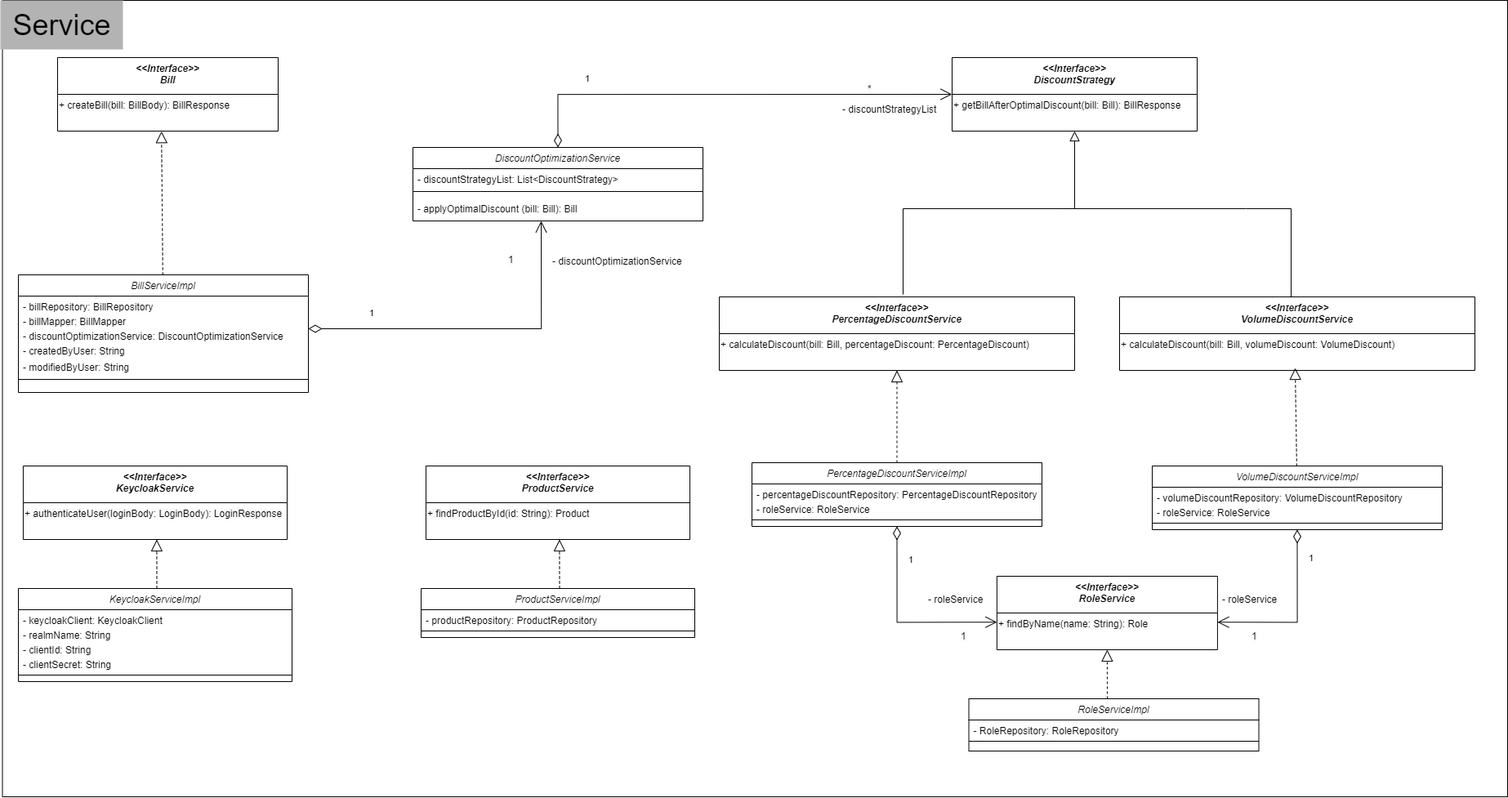
abdulazezms/mock-retail-discount-simulator keeps this draw.io diagram as uml/service/service-layer.png. Above is the earlier version. Source tidied: cells renumbered, new cells last; positions are measured from the earlier drawing's top-left corner, leaving out a move shared by most shapes.
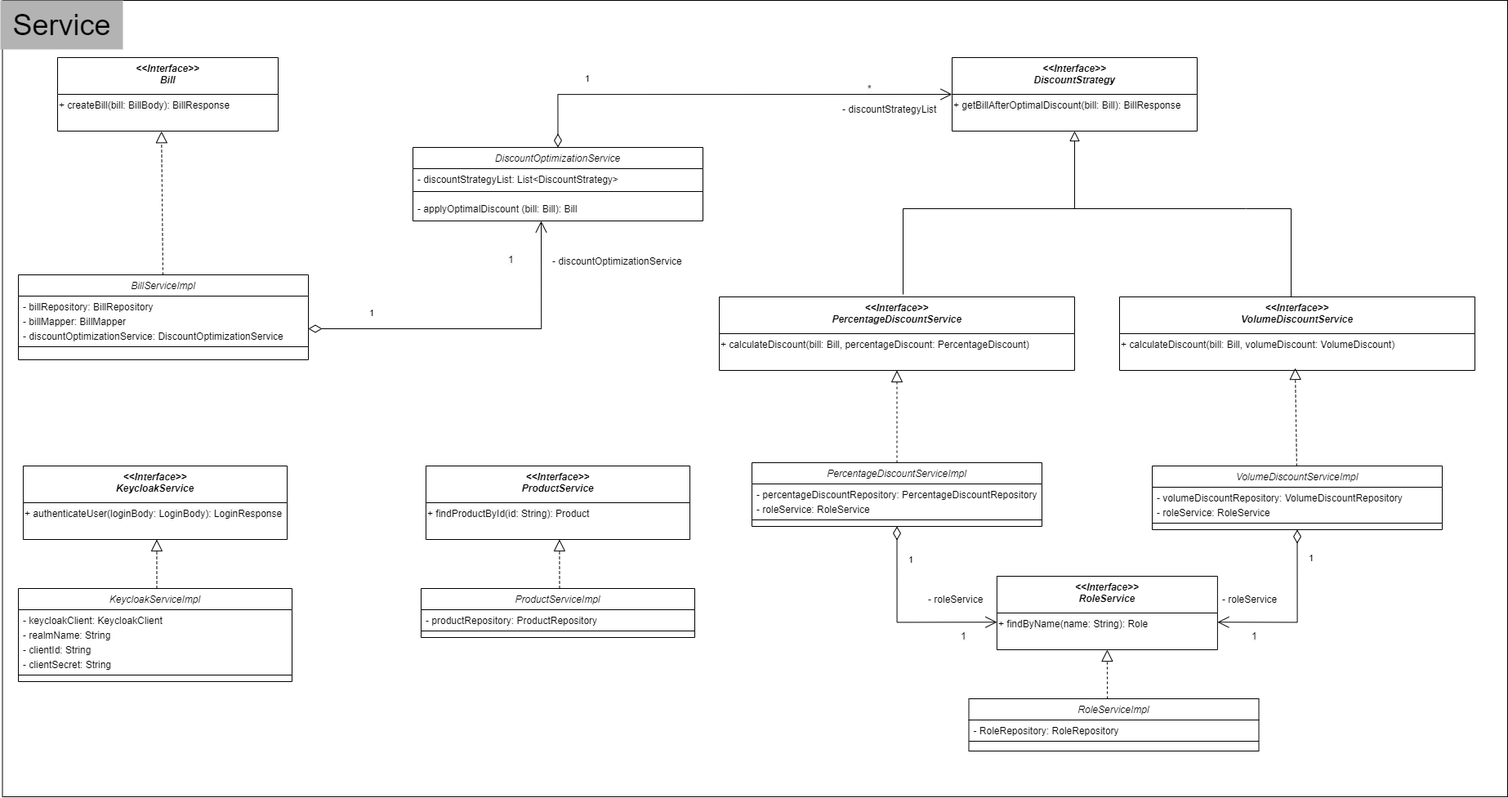
After the change.

Change to the diagram source:
```diff
@@ -18,7 +18,7 @@
       <mxGeometry y="45" width="270" height="45" as="geometry" />
     </mxCell>
     <mxCell id="7" value="BillServiceImpl" style="swimlane;fontStyle=2;align=center;verticalAlign=top;horizontal=1;startSize=26;rounded=0;shadow=0;strokeWidth=1;" parent="1" vertex="1">
-      <mxGeometry x="22" y="336" width="355" height="144" as="geometry" />
+      <mxGeometry x="22" y="336" width="355" height="104" as="geometry" />
     </mxCell>
     <mxCell id="8" value="- billRepository: BillRepository" style="text;align=left;verticalAlign=top;spacingLeft=4;spacingRight=4;overflow=hidden;" parent="7" vertex="1">
       <mxGeometry y="26" width="355" height="18" as="geometry" />
@@ -29,14 +29,8 @@
     <mxCell id="10" value="- discountOptimizationService: DiscountOptimizationService" style="text;align=left;verticalAlign=top;spacingLeft=4;spacingRight=4;overflow=hidden;rounded=0;shadow=0;html=0;" parent="7" vertex="1">
       <mxGeometry y="62" width="355" height="18" as="geometry" />
     </mxCell>
-    <mxCell id="11" value="- createdByUser: String" style="text;align=left;verticalAlign=top;spacingLeft=4;spacingRight=4;overflow=hidden;" parent="7" vertex="1">
-      <mxGeometry y="80" width="355" height="20" as="geometry" />
-    </mxCell>
-    <mxCell id="12" value="- modifiedByUser: String" style="text;align=left;verticalAlign=top;spacingLeft=4;spacingRight=4;overflow=hidden;rounded=0;shadow=0;html=0;" parent="7" vertex="1">
-      <mxGeometry y="100" width="355" height="20" as="geometry" />
-    </mxCell>
     <mxCell id="13" style="line;html=1;strokeWidth=1;align=left;verticalAlign=middle;spacingTop=-1;spacingLeft=3;spacingRight=3;labelPosition=right;" parent="7" vertex="1">
-      <mxGeometry y="120" width="355" height="16" as="geometry" />
+      <mxGeometry y="80" width="355" height="16" as="geometry" />
     </mxCell>
     <mxCell id="14" style="endArrow=block;dashed=1;endFill=0;endSize=12;html=1;rounded=0;entryX=0.471;entryY=1.005;entryDx=0;entryDy=0;entryPerimeter=0;" parent="1" edge="1" source="7" target="6">
       <mxGeometry relative="1" as="geometry" />
```
